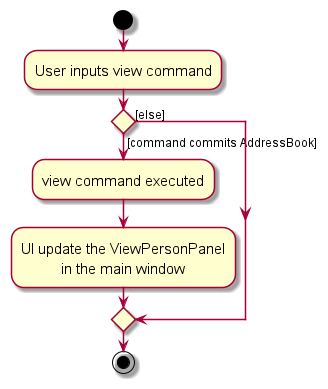
Above: docs/images/ViewActivityDiagram.png in nus-cs2103-AY2324S1/tp (PlantUML), before the change.
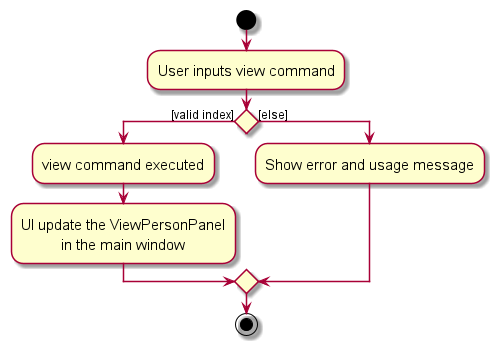
The same diagram one commit later.

Diff of the diagram source:
```diff
@@ -6,11 +6,12 @@
 :User inputs view command;
 
 
-if () then ([command commits AddressBook])
+if () then ([valid index])
     :view command executed;
     :UI update the ViewPersonPanel
               in the main window;
 else ([else])
+    :Show error and usage message;
 endif
 stop
 @enduml
```
